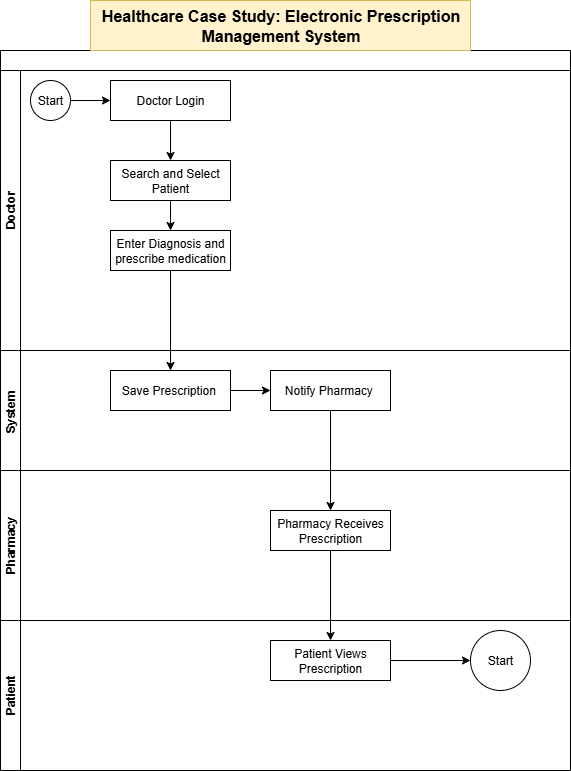
Above: Healthcare Case Study: Electronic Prescription Management System.drawio.png in shruthiLearns/BusinessAnalysis (draw.io), before the change. Source tidied: cells renumbered, new cells last; positions are measured from the earlier drawing's top-left corner, leaving out a move shared by most shapes.
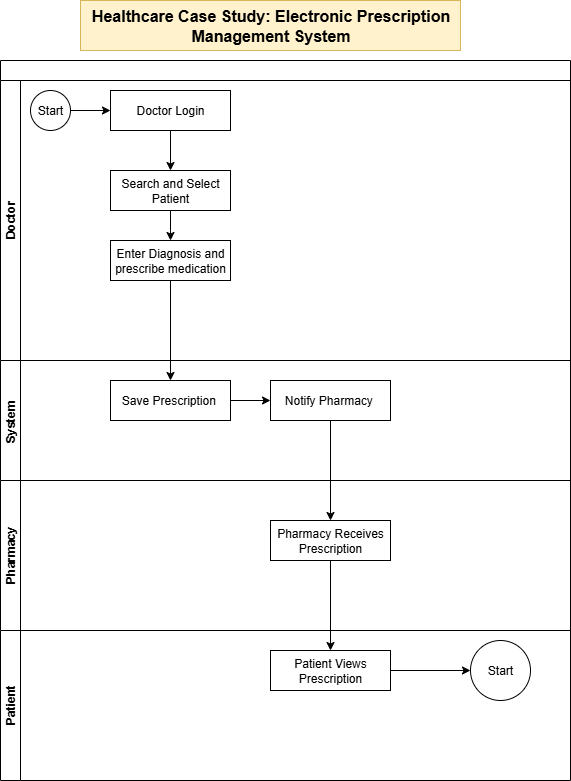
After the commit.

Change to the diagram source:
```diff
@@ -1,4 +1,4 @@
-<mxGraphModel>
+<mxGraphModel background="#FFFFFF">
   <root>
     <mxCell id="0" />
     <mxCell id="1" parent="0" />
@@ -56,7 +56,7 @@
       <mxGeometry relative="1" as="geometry" />
     </mxCell>
     <mxCell id="19" value="&lt;span style=&quot;font-family: Aptos, sans-serif; font-size: 16px; font-weight: 700;&quot;&gt;Healthcare Case Study: Electronic Prescription&lt;/span&gt;&lt;br style=&quot;font-family: Aptos, sans-serif; font-size: 16px; font-weight: 700;&quot;&gt;&lt;span style=&quot;font-family: Aptos, sans-serif; font-size: 16px; font-weight: 700;&quot;&gt;Management System&lt;/span&gt;" style="text;html=1;align=center;verticalAlign=middle;strokeColor=#d6b656;fillColor=#fff2cc;" parent="1" vertex="1">
-      <mxGeometry x="90" width="380" height="50" as="geometry" />
+      <mxGeometry x="80" y="-10" width="380" height="50" as="geometry" />
     </mxCell>
     <mxCell id="20" value="Patient" style="swimlane;startSize=20;horizontal=0;html=1;" parent="1" vertex="1">
       <mxGeometry y="620" width="570" height="150" as="geometry" />
```
